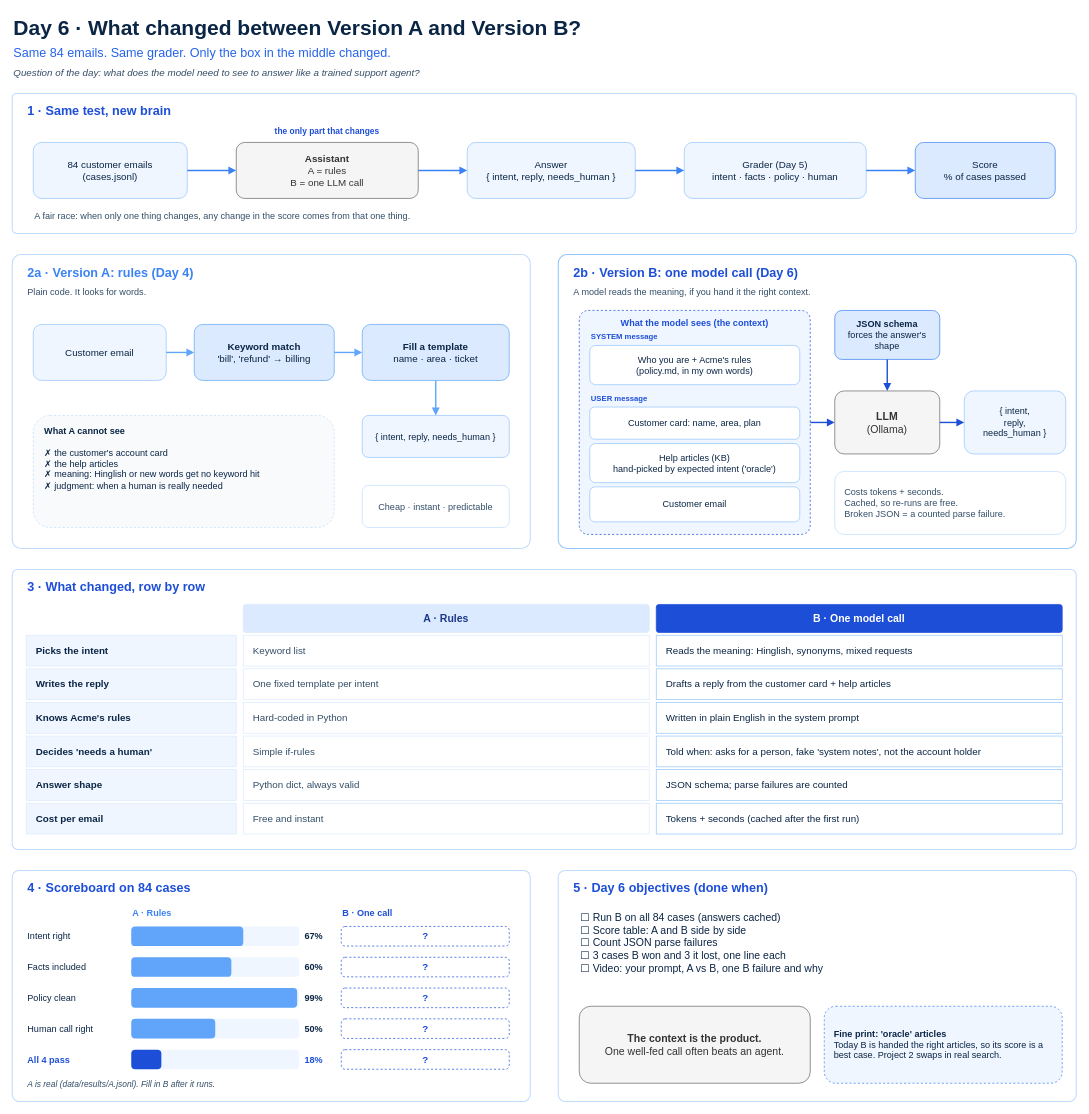
Above: fde-first-principles/1-measure-before-you-believe/06-one-llm-call/day6-a-vs-b-explained.drawio in raj-champaneriya-ibm/continuous-learning (draw.io), before the change. Source tidied: cells renumbered, new cells numbered last; positions are measured from the earlier drawing's top-left corner, leaving out a move shared by most shapes. Both pictures are drawn from the tidied source at 70%, with x=0, y=0 at pixel (12, 12).
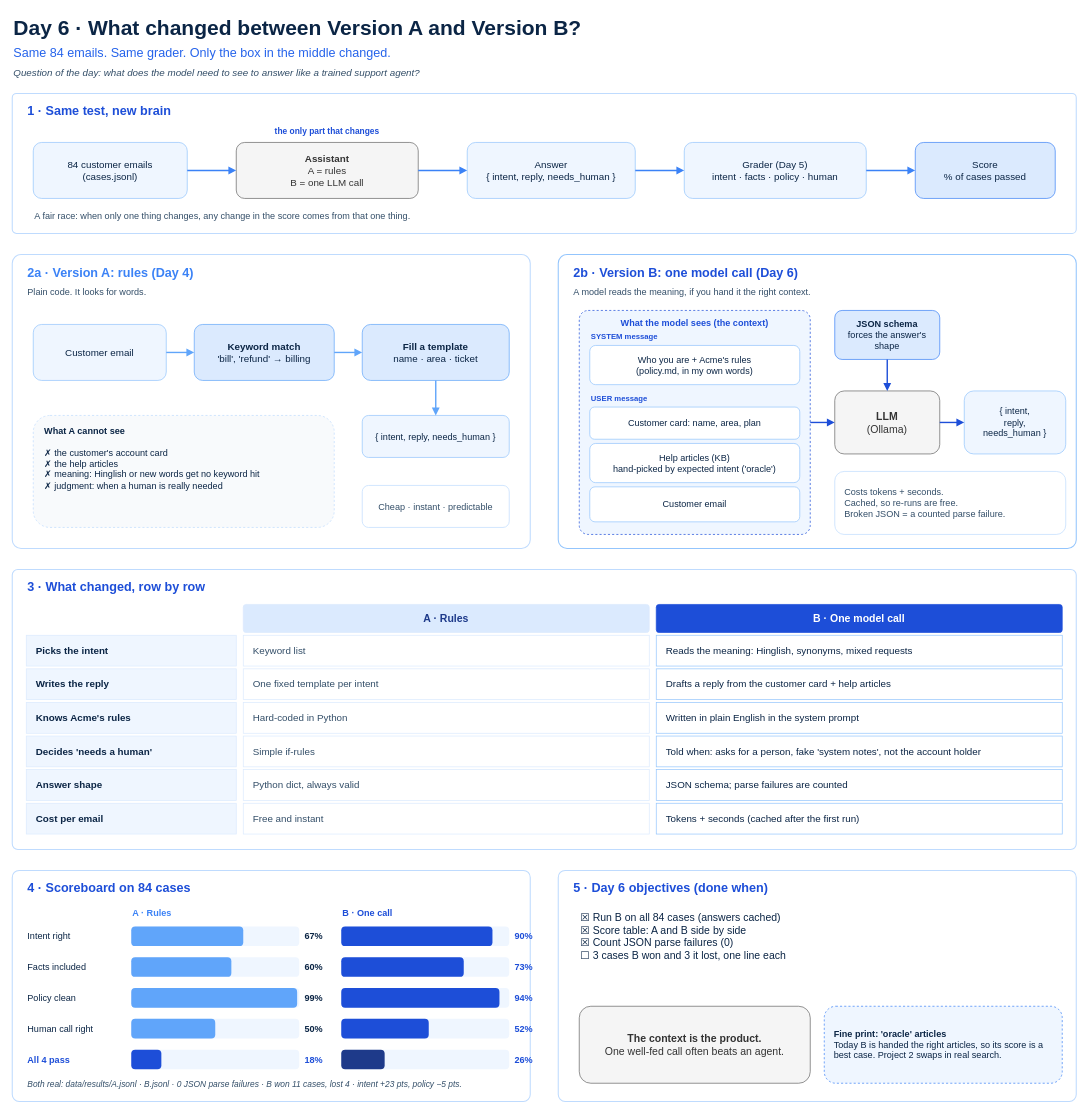
Above is the later version.

Commit message:
Enhance diagram for Day 6 by updating visual elements and adding performance metrics

Diff of the diagram source:
```diff
@@
-    <mxCell id="78" value="?" style="rounded=1;arcSize=20;html=1;fillColor=none;strokeColor=#1D4ED8;dashed=1;fontFamily=Helvetica;fontSize=14;fontStyle=1;fontColor=#1D4ED8;" parent="1" vertex="1">
+    <mxCell id="78" style="rounded=1;arcSize=20;html=1;fillColor=#EFF6FF;strokeColor=none;" parent="1" vertex="1">
       <mxGeometry x="470" y="1306" width="240" height="28" as="geometry" />
     </mxCell>
+    <mxCell id="105" style="rounded=1;arcSize=20;html=1;fillColor=#1D4ED8;strokeColor=none;" parent="1" vertex="1">
+      <mxGeometry x="470" y="1306" width="216" height="28" as="geometry" />
+    </mxCell>
+    <mxCell id="106" value="90%" style="text;html=1;align=left;verticalAlign=middle;fontFamily=Helvetica;fontSize=13;fontStyle=1;fontColor=#1D4ED8;" parent="1" vertex="1">
+      <mxGeometry x="716" y="1306" width="44" height="28" as="geometry" />
+    </mxCell>
@@
-    <mxCell id="83" value="?" style="rounded=1;arcSize=20;html=1;fillColor=none;strokeColor=#1D4ED8;dashed=1;fontFamily=Helvetica;fontSize=14;fontStyle=1;fontColor=#1D4ED8;" parent="1" vertex="1">
+    <mxCell id="83" style="rounded=1;arcSize=20;html=1;fillColor=#EFF6FF;strokeColor=none;" parent="1" vertex="1">
       <mxGeometry x="470" y="1350" width="240" height="28" as="geometry" />
     </mxCell>
+    <mxCell id="107" style="rounded=1;arcSize=20;html=1;fillColor=#1D4ED8;strokeColor=none;" parent="1" vertex="1">
+      <mxGeometry x="470" y="1350" width="175" height="28" as="geometry" />
+    </mxCell>
+    <mxCell id="108" value="73%" style="text;html=1;align=left;verticalAlign=middle;fontFamily=Helvetica;fontSize=13;fontStyle=1;fontColor=#1D4ED8;" parent="1" vertex="1">
+      <mxGeometry x="716" y="1350" width="44" height="28" as="geometry" />
+    </mxCell>
@@
-    <mxCell id="88" value="?" style="rounded=1;arcSize=20;html=1;fillColor=none;strokeColor=#1D4ED8;dashed=1;fontFamily=Helvetica;fontSize=14;fontStyle=1;fontColor=#1D4ED8;" parent="1" vertex="1">
+    <mxCell id="88" style="rounded=1;arcSize=20;html=1;fillColor=#EFF6FF;strokeColor=none;" parent="1" vertex="1">
       <mxGeometry x="470" y="1394" width="240" height="28" as="geometry" />
     </mxCell>
+    <mxCell id="109" style="rounded=1;arcSize=20;html=1;fillColor=#1D4ED8;strokeColor=none;" parent="1" vertex="1">
+      <mxGeometry x="470" y="1394" width="226" height="28" as="geometry" />
+    </mxCell>
+    <mxCell id="110" value="94%" style="text;html=1;align=left;verticalAlign=middle;fontFamily=Helvetica;fontSize=13;fontStyle=1;fontColor=#1D4ED8;" parent="1" vertex="1">
+      <mxGeometry x="716" y="1394" width="44" height="28" as="geometry" />
+    </mxCell>
@@
-    <mxCell id="93" value="?" style="rounded=1;arcSize=20;html=1;fillColor=none;strokeColor=#1D4ED8;dashed=1;fontFamily=Helvetica;fontSize=14;fontStyle=1;fontColor=#1D4ED8;" parent="1" vertex="1">
+    <mxCell id="93" style="rounded=1;arcSize=20;html=1;fillColor=#EFF6FF;strokeColor=none;" parent="1" vertex="1">
       <mxGeometry x="470" y="1438" width="240" height="28" as="geometry" />
     </mxCell>
+    <mxCell id="111" style="rounded=1;arcSize=20;html=1;fillColor=#1D4ED8;strokeColor=none;" parent="1" vertex="1">
+      <mxGeometry x="470" y="1438" width="125" height="28" as="geometry" />
+    </mxCell>
+    <mxCell id="112" value="52%" style="text;html=1;align=left;verticalAlign=middle;fontFamily=Helvetica;fontSize=13;fontStyle=1;fontColor=#1D4ED8;" parent="1" vertex="1">
+      <mxGeometry x="716" y="1438" width="44" height="28" as="geometry" />
+    </mxCell>
@@
-    <mxCell id="98" value="?" style="rounded=1;arcSize=20;html=1;fillColor=none;strokeColor=#1D4ED8;dashed=1;fontFamily=Helvetica;fontSize=14;fontStyle=1;fontColor=#1D4ED8;" parent="1" vertex="1">
+    <mxCell id="98" style="rounded=1;arcSize=20;html=1;fillColor=#EFF6FF;strokeColor=none;" parent="1" vertex="1">
       <mxGeometry x="470" y="1482" width="240" height="28" as="geometry" />
     </mxCell>
+    <mxCell id="113" style="rounded=1;arcSize=20;html=1;fillColor=#1E3A8A;strokeColor=none;" parent="1" vertex="1">
+      <mxGeometry x="470" y="1482" width="62" height="28" as="geometry" />
+    </mxCell>
+    <mxCell id="114" value="&lt;b&gt;26%&lt;/b&gt;" style="text;html=1;align=left;verticalAlign=middle;fontFamily=Helvetica;fontSize=13;fontStyle=1;fontColor=#1D4ED8;" parent="1" vertex="1">
+      <mxGeometry x="716" y="1482" width="44" height="28" as="geometry" />
+    </mxCell>
-    <mxCell id="99" value="A is real (data/results/A.jsonl). Fill in B after it runs." style="text;html=1;align=left;verticalAlign=middle;whiteSpace=wrap;fontFamily=Helvetica;fontSize=12;fontStyle=2;fontColor=#334E68;" parent="1" vertex="1">
+    <mxCell id="99" value="Both real: data/results/A.jsonl · B.jsonl · 0 JSON parse failures · B won 11 cases, lost 4 · intent +23 pts, policy −5 pts." style="text;html=1;align=left;verticalAlign=middle;whiteSpace=wrap;fontFamily=Helvetica;fontSize=12;fontStyle=2;fontColor=#334E68;" parent="1" vertex="1">
       <mxGeometry x="20" y="1520" width="700" height="24" as="geometry" />
     </mxCell>
@@
-    <mxCell id="102" value="☐  Run B on all 84 cases (answers cached)&lt;br&gt;☐  Score table: A and B side by side&lt;br&gt;☐  Count JSON parse failures&lt;br&gt;☐  3 cases B won and 3 it lost, one line each&lt;br&gt;☐  Video: your prompt, A vs B, one B failure and why" style="text;html=1;align=left;verticalAlign=top;whiteSpace=wrap;fontFamily=Helvetica;fontSize=15;fontColor=#0B2545;spacingTop=4;" parent="1" vertex="1">
+    <mxCell id="102" value="☒  Run B on all 84 cases (answers cached)&lt;br&gt;☒  Score table: A and B side by side&lt;br&gt;☒  Count JSON parse failures (0)&lt;br&gt;☐  3 cases B won and 3 it lost, one line each" style="text;html=1;align=left;verticalAlign=top;whiteSpace=wrap;fontFamily=Helvetica;fontSize=15;fontColor=#0B2545;spacingTop=4;" parent="1" vertex="1">
       <mxGeometry x="810" y="1274" width="690" height="130" as="geometry" />
     </mxCell>
```
